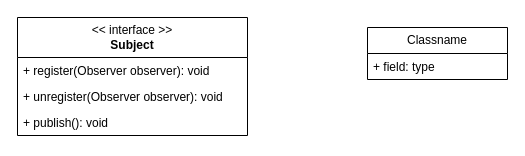
joelau71/uml keeps this draw.io diagram as observer-stock.drawio. Above is the earlier version. Source tidied: cells renumbered, new cells numbered last; positions are measured from the earlier drawing's top-left corner, leaving out a move shared by most shapes. Both pictures are drawn from the tidied source at 100%, with x=0, y=0 at pixel (17, 17).
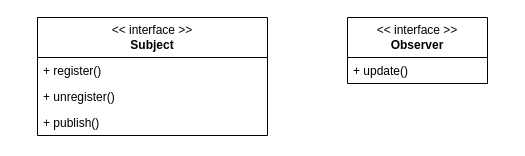
Above is the later version.

Diff of the diagram source:
```diff
@@
 <mxGraphModel>
   <root>
     <mxCell id="0" />
     <mxCell id="1" parent="0" />
     <mxCell id="2" value="&amp;lt;&amp;lt; interface &amp;gt;&amp;gt;&lt;br&gt;&lt;b&gt;Subject&lt;/b&gt;" style="swimlane;fontStyle=0;horizontal=1;startSize=40;fillColor=none;whiteSpace=wrap;html=1;" parent="1" vertex="1">
-      <mxGeometry width="230" height="118" as="geometry" />
+      <mxGeometry x="20" width="230" height="118" as="geometry" />
     </mxCell>
-    <mxCell id="3" value="+ register(Observer observer): void" style="text;strokeColor=none;fillColor=none;align=left;verticalAlign=top;spacingLeft=4;spacingRight=4;overflow=hidden;whiteSpace=wrap;html=1;" parent="2" vertex="1">
+    <mxCell id="3" value="+ register()" style="text;strokeColor=none;fillColor=none;align=left;verticalAlign=top;spacingLeft=4;spacingRight=4;overflow=hidden;whiteSpace=wrap;html=1;" parent="2" vertex="1">
       <mxGeometry y="40" width="230" height="26" as="geometry" />
     </mxCell>
-    <mxCell id="4" value="+ unregister(Observer observer): void" style="text;strokeColor=none;fillColor=none;align=left;verticalAlign=top;spacingLeft=4;spacingRight=4;overflow=hidden;whiteSpace=wrap;html=1;" parent="2" vertex="1">
+    <mxCell id="4" value="+ unregister()" style="text;strokeColor=none;fillColor=none;align=left;verticalAlign=top;spacingLeft=4;spacingRight=4;overflow=hidden;whiteSpace=wrap;html=1;" parent="2" vertex="1">
       <mxGeometry y="66" width="230" height="26" as="geometry" />
     </mxCell>
-    <mxCell id="5" value="+ publish(): void" style="text;strokeColor=none;fillColor=none;align=left;verticalAlign=top;spacingLeft=4;spacingRight=4;overflow=hidden;whiteSpace=wrap;html=1;" parent="2" vertex="1">
+    <mxCell id="5" value="+ publish()" style="text;strokeColor=none;fillColor=none;align=left;verticalAlign=top;spacingLeft=4;spacingRight=4;overflow=hidden;whiteSpace=wrap;html=1;" parent="2" vertex="1">
       <mxGeometry y="92" width="230" height="26" as="geometry" />
     </mxCell>
-    <mxCell id="6" value="Classname" style="swimlane;fontStyle=0;horizontal=1;startSize=26;fillColor=none;whiteSpace=wrap;html=1;" parent="1" vertex="1">
-      <mxGeometry x="350" y="10" width="140" height="52" as="geometry" />
+    <mxCell id="6" value="&amp;lt;&amp;lt; interface &amp;gt;&amp;gt;&lt;br style=&quot;border-color: var(--border-color);&quot;&gt;&lt;b&gt;Observer&lt;/b&gt;" style="swimlane;fontStyle=0;horizontal=1;startSize=40;fillColor=none;whiteSpace=wrap;html=1;" parent="1" vertex="1">
+      <mxGeometry x="330" width="140" height="66" as="geometry" />
     </mxCell>
-    <mxCell id="7" value="+ field: type" style="text;strokeColor=none;fillColor=none;align=left;verticalAlign=top;spacingLeft=4;spacingRight=4;overflow=hidden;whiteSpace=wrap;html=1;" parent="6" vertex="1">
-      <mxGeometry y="26" width="140" height="26" as="geometry" />
+    <mxCell id="7" value="+ update()" style="text;strokeColor=none;fillColor=none;align=left;verticalAlign=top;spacingLeft=4;spacingRight=4;overflow=hidden;whiteSpace=wrap;html=1;" parent="6" vertex="1">
+      <mxGeometry y="40" width="140" height="26" as="geometry" />
     </mxCell>
   </root>
 </mxGraphModel>
```
